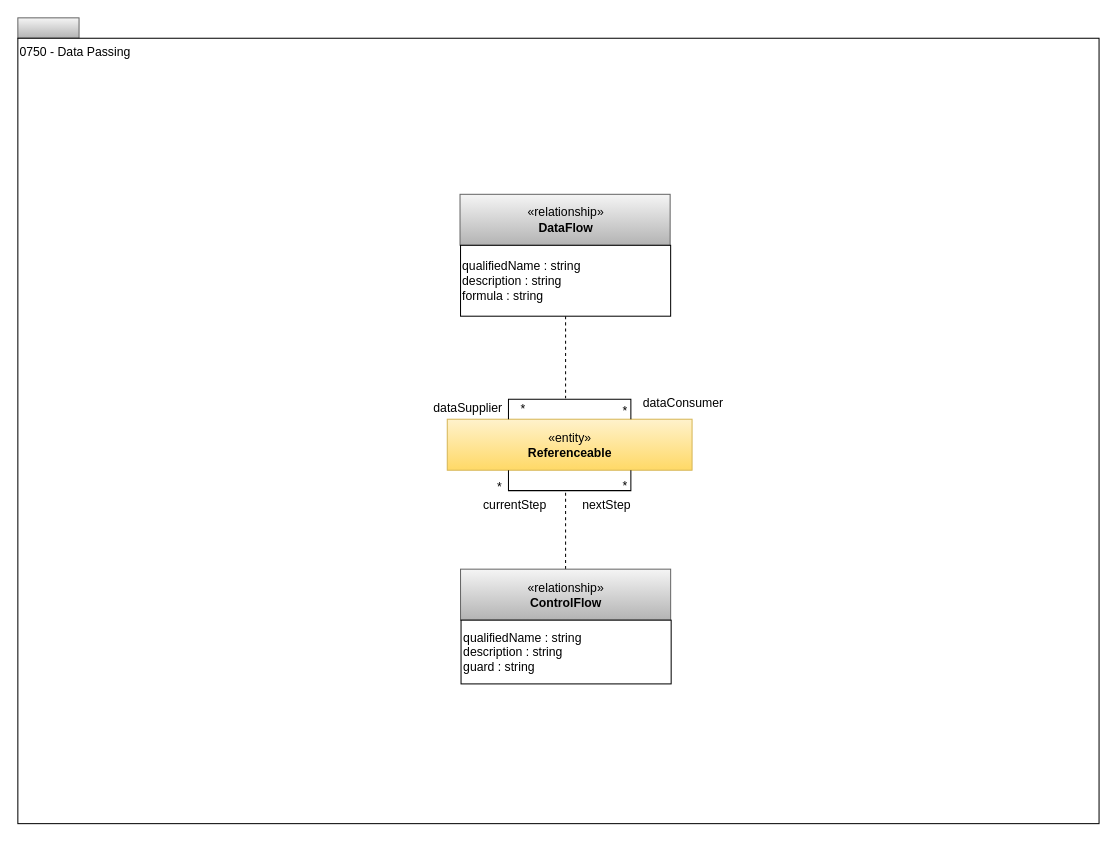
Before: page "0750-Data-Passing" (9 of 12) of open-metadata-publication/website/open-metadata-types/area-7-lineage.drawio in odpi/egeria, a draw.io diagram. Source tidied: cells renumbered, new cells numbered last; positions are measured from the earlier drawing's top-left corner, leaving out a move shared by most shapes. Both pictures are drawn from the tidied source at 102%, with x=0, y=0 at pixel (17, 17).
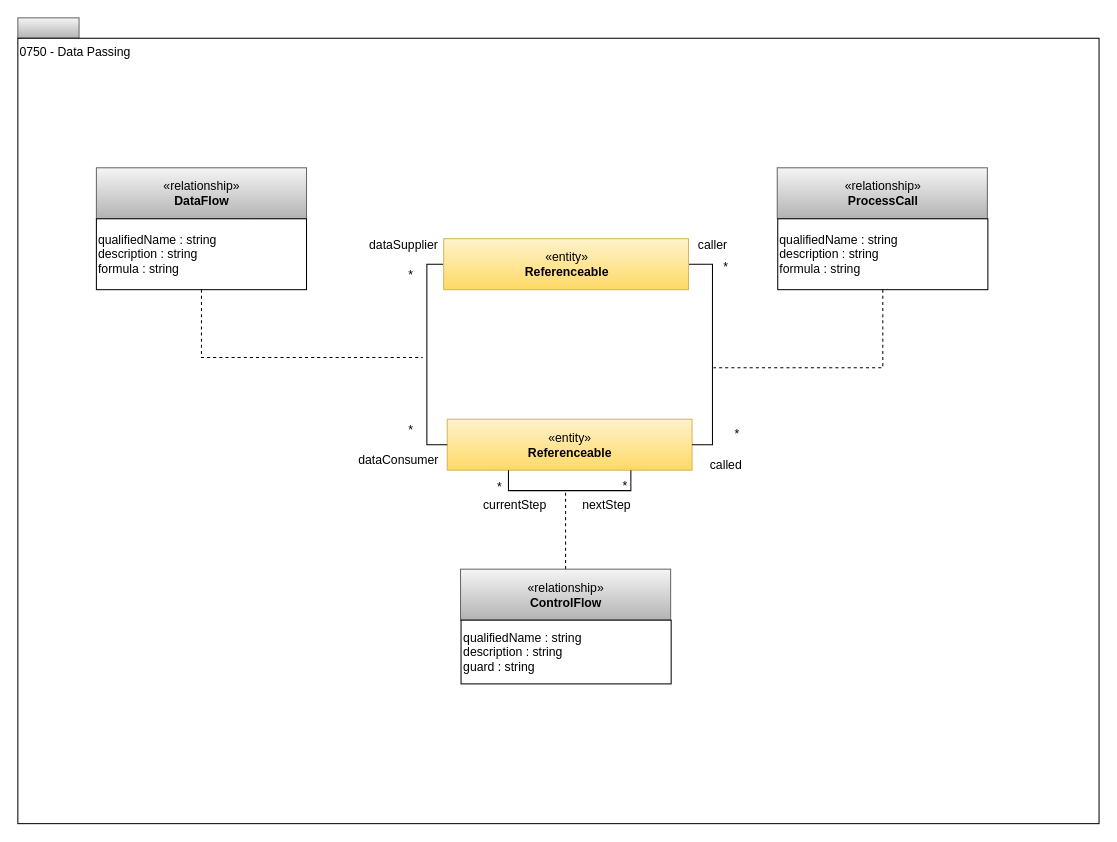
Above is the later version.

The change refers to these unchanged cells:
```xml
<mxCell id="7" value="«entity»&lt;br&gt;&lt;b&gt;Referenceable&lt;/b&gt;" style="html=1;strokeColor=#d6b656;align=center;fillColor=#fff2cc;gradientColor=#ffd966;" parent="1" vertex="1">
  <mxGeometry x="421" y="393.5" width="240" height="50" as="geometry" />
</mxCell>
```

Diff of the diagram source:
```diff
@@
-    <mxCell id="4" style="edgeStyle=orthogonalEdgeStyle;rounded=0;html=1;exitX=0.5;exitY=1;dashed=1;endArrow=none;endFill=0;jettySize=auto;exitDx=0;exitDy=0;" parent="1" edge="1" source="6">
+    <mxCell id="4" style="edgeStyle=orthogonalEdgeStyle;rounded=0;html=1;dashed=1;endArrow=none;endFill=0;jettySize=auto;exitX=0.5;exitY=1;exitDx=0;exitDy=0;" parent="1" edge="1" source="6">
       <mxGeometry relative="1" as="geometry">
-        <mxPoint x="537" y="373" as="targetPoint" />
+        <mxPoint x="397" y="333" as="targetPoint" />
         <Array as="points">
-          <mxPoint x="537" y="313" />
+          <mxPoint x="180" y="333" />
         </Array>
       </mxGeometry>
     </mxCell>
     <mxCell id="5" value="«relationship»&lt;br&gt;&lt;b&gt;DataFlow&lt;/b&gt;" style="html=1;strokeColor=#666666;align=center;fillColor=#f5f5f5;gradientColor=#b3b3b3;" parent="1" vertex="1">
-      <mxGeometry x="433.5" y="173" width="206" height="50" as="geometry" />
+      <mxGeometry x="77" y="147" width="206" height="50" as="geometry" />
     </mxCell>
     <mxCell id="6" value="qualifiedName : string&lt;br&gt;description : string&lt;br&gt;formula : string" style="rounded=0;whiteSpace=wrap;html=1;strokeColor=#000000;gradientColor=#ffffff;align=left;" parent="1" vertex="1">
-      <mxGeometry x="434" y="223" width="206" height="69.5" as="geometry" />
+      <mxGeometry x="77" y="197" width="206" height="69.5" as="geometry" />
     </mxCell>
@@
-    <mxCell id="8" style="edgeStyle=orthogonalEdgeStyle;rounded=0;html=1;exitX=0.25;exitY=0;entryX=0.75;entryY=0;endArrow=none;endFill=0;jettySize=auto;orthogonalLoop=1;exitDx=0;exitDy=0;entryDx=0;entryDy=0;" parent="1" edge="1" source="7" target="7">
-      <mxGeometry relative="1" as="geometry">
-        <Array as="points">
-          <mxPoint x="481" y="374" />
-          <mxPoint x="601" y="374" />
-        </Array>
-      </mxGeometry>
-    </mxCell>
     <mxCell id="9" value="dataSupplier" style="text;html=1;align=center;verticalAlign=top;spacingTop=-4;" parent="1" vertex="1">
-      <mxGeometry x="401" y="373" width="80" height="20" as="geometry" />
+      <mxGeometry x="337.5" y="213" width="80" height="20" as="geometry" />
     </mxCell>
     <mxCell id="10" value="*" style="text;html=1;align=center;verticalAlign=top;spacingTop=-4;" parent="1" vertex="1">
-      <mxGeometry x="587" y="376" width="15" height="14" as="geometry" />
+      <mxGeometry x="377" y="393.5" width="15" height="14" as="geometry" />
     </mxCell>
     <mxCell id="11" value="*" style="text;html=1;align=center;verticalAlign=top;spacingTop=-4;" parent="1" vertex="1">
-      <mxGeometry x="487" y="373.5" width="15" height="14" as="geometry" />
+      <mxGeometry x="377" y="243" width="15" height="14" as="geometry" />
     </mxCell>
     <mxCell id="12" value="dataConsumer" style="text;html=1;align=center;verticalAlign=top;spacingTop=-4;" parent="1" vertex="1">
-      <mxGeometry x="607" y="367.5" width="90" height="20" as="geometry" />
+      <mxGeometry x="327.5" y="423.5" width="90" height="20" as="geometry" />
     </mxCell>
@@
+    <mxCell id="21" style="edgeStyle=orthogonalEdgeStyle;rounded=0;jettySize=auto;html=1;entryX=0;entryY=0.5;entryDx=0;entryDy=0;endArrow=none;endFill=0;" parent="1" edge="1" source="23" target="7">
+      <mxGeometry relative="1" as="geometry">
+        <Array as="points">
+          <mxPoint x="401" y="242" />
+          <mxPoint x="401" y="419" />
+        </Array>
+      </mxGeometry>
+    </mxCell>
+    <mxCell id="22" style="edgeStyle=orthogonalEdgeStyle;rounded=0;jettySize=auto;html=1;exitX=1;exitY=0.5;exitDx=0;exitDy=0;entryX=1;entryY=0.5;entryDx=0;entryDy=0;endArrow=none;endFill=0;" parent="1" edge="1" source="23" target="7">
+      <mxGeometry relative="1" as="geometry" />
+    </mxCell>
+    <mxCell id="23" value="«entity»&lt;br&gt;&lt;b&gt;Referenceable&lt;/b&gt;" style="html=1;strokeColor=#d6b656;align=center;fillColor=#fff2cc;gradientColor=#ffd966;" parent="1" vertex="1">
+      <mxGeometry x="417.5" y="216.5" width="240" height="50" as="geometry" />
+    </mxCell>
+    <mxCell id="24" style="edgeStyle=orthogonalEdgeStyle;rounded=0;html=1;exitX=0.5;exitY=1;dashed=1;endArrow=none;endFill=0;jettySize=auto;exitDx=0;exitDy=0;" parent="1" edge="1" source="26">
+      <mxGeometry relative="1" as="geometry">
+        <mxPoint x="682" y="343" as="targetPoint" />
+        <Array as="points">
+          <mxPoint x="848" y="343" />
+          <mxPoint x="682" y="343" />
+        </Array>
+      </mxGeometry>
+    </mxCell>
+    <mxCell id="25" value="«relationship»&lt;br&gt;&lt;b&gt;ProcessCall&lt;/b&gt;" style="html=1;strokeColor=#666666;align=center;fillColor=#f5f5f5;gradientColor=#b3b3b3;" parent="1" vertex="1">
+      <mxGeometry x="744.5" y="147" width="206" height="50" as="geometry" />
+    </mxCell>
+    <mxCell id="26" value="qualifiedName : string&lt;br&gt;description : string&lt;br&gt;formula : string" style="rounded=0;whiteSpace=wrap;html=1;strokeColor=#000000;gradientColor=#ffffff;align=left;" parent="1" vertex="1">
+      <mxGeometry x="745" y="197" width="206" height="69.5" as="geometry" />
+    </mxCell>
+    <mxCell id="27" value="caller" style="text;html=1;align=center;verticalAlign=top;spacingTop=-4;" parent="1" vertex="1">
+      <mxGeometry x="661" y="213" width="40" height="20" as="geometry" />
+    </mxCell>
+    <mxCell id="28" value="*" style="text;html=1;align=center;verticalAlign=top;spacingTop=-4;" parent="1" vertex="1">
+      <mxGeometry x="697" y="398" width="15" height="14" as="geometry" />
+    </mxCell>
+    <mxCell id="29" value="*" style="text;html=1;align=center;verticalAlign=top;spacingTop=-4;" parent="1" vertex="1">
+      <mxGeometry x="686" y="234.5" width="15" height="14" as="geometry" />
+    </mxCell>
+    <mxCell id="30" value="called" style="text;html=1;align=center;verticalAlign=top;spacingTop=-4;" parent="1" vertex="1">
+      <mxGeometry x="668.5" y="429" width="50" height="20" as="geometry" />
+    </mxCell>
```
